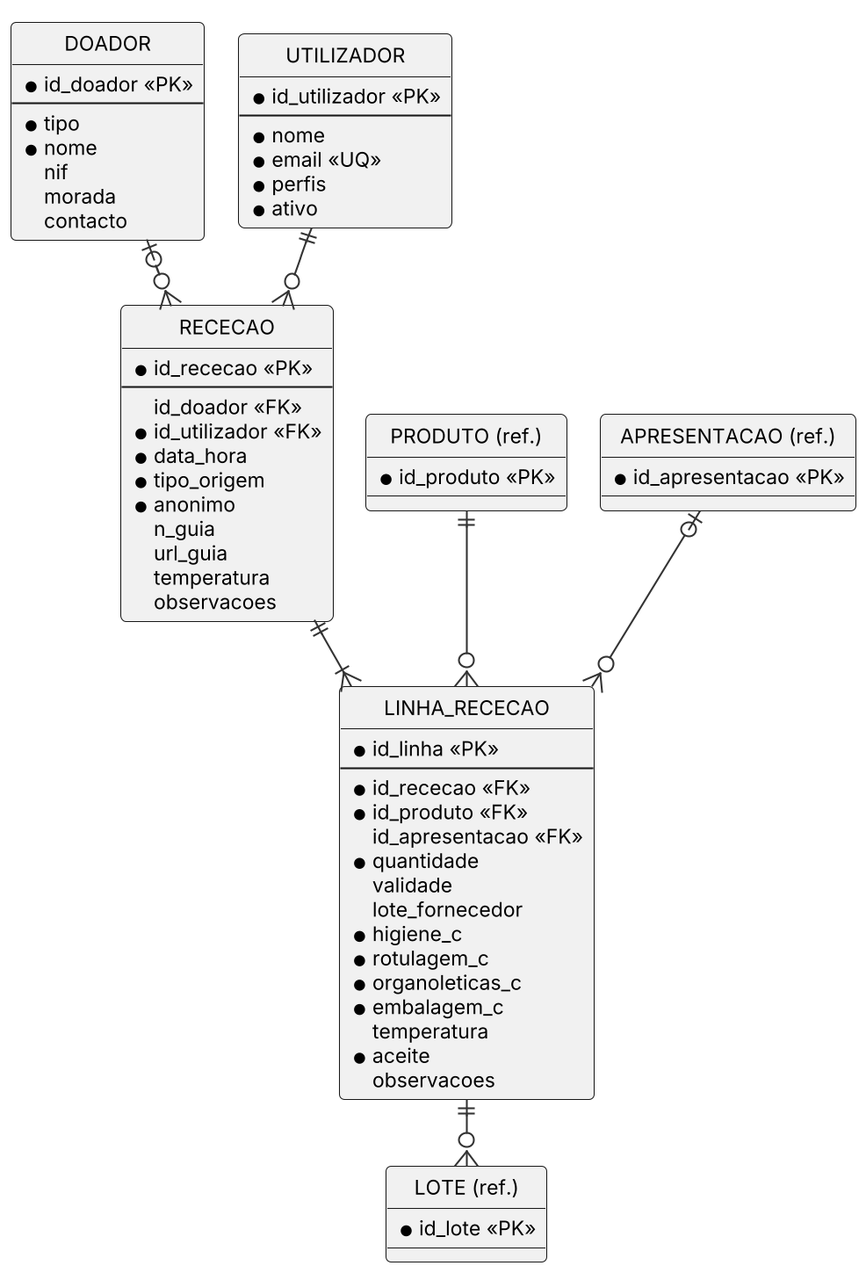
The PlantUML diagram Docs/diagramas/er_rececao.png in Miguel31028/GASC, before a commit.
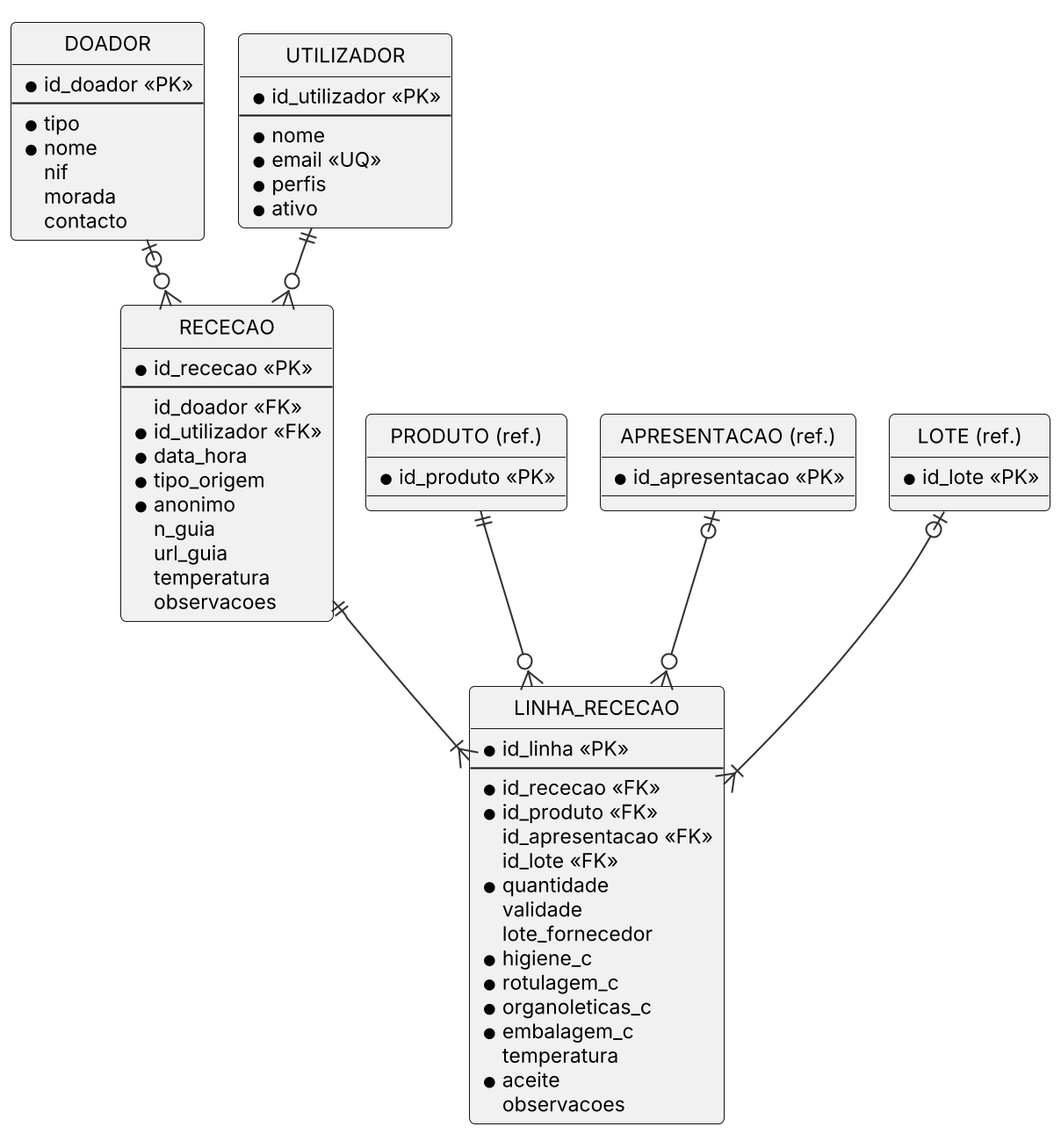
The same diagram one commit later.

What changed in the source:
```diff
@@ -30,6 +30,7 @@
   * id_rececao <<FK>>
   * id_produto <<FK>>
   id_apresentacao <<FK>>
+  id_lote <<FK>>
   * quantidade
   validade
   lote_fornecedor
@@ -63,5 +64,5 @@
 REC ||--|{ LR
 PRD ||--o{ LR
 APR |o--o{ LR
-LR ||--o{ LOT
+LOT |o--|{ LR
 @enduml
```
